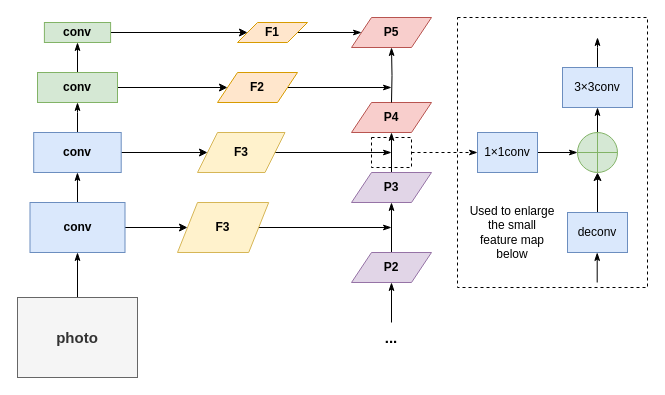
Earlier version of the draw.io diagram page "图4.4 改进的特征金字塔网络" (4 of 6) of 论文/第4章/第四章.drawio (ssl1995/draw). Source tidied: cells renumbered, new cells numbered last; positions are measured from the earlier drawing's top-left corner, leaving out a move shared by most shapes. Both pictures are drawn from the tidied source at 100%, with x=0, y=0 at pixel (17, 17).
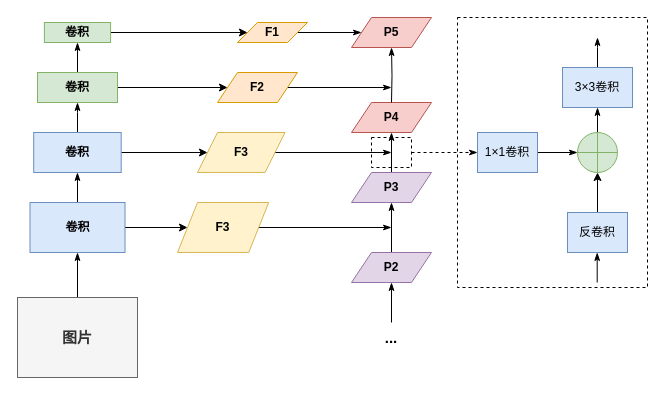
After the change.

The edit, as a diff of the source:
```diff
@@
-    <mxCell id="23" value="1×1conv" style="rounded=0;whiteSpace=wrap;html=1;fillColor=#dae8fc;strokeColor=#6c8ebf;" parent="1" vertex="1">
+    <mxCell id="23" value="1×1卷积" style="rounded=0;whiteSpace=wrap;html=1;fillColor=#dae8fc;strokeColor=#6c8ebf;" parent="1" vertex="1">
       <mxGeometry x="460" y="115" width="60" height="40" as="geometry" />
     </mxCell>
@@
-    <mxCell id="25" value="3×3conv" style="rounded=0;whiteSpace=wrap;html=1;fillColor=#dae8fc;strokeColor=#6c8ebf;" parent="1" vertex="1">
+    <mxCell id="25" value="3×3卷积" style="rounded=0;whiteSpace=wrap;html=1;fillColor=#dae8fc;strokeColor=#6c8ebf;" parent="1" vertex="1">
       <mxGeometry x="545" y="50" width="70" height="40" as="geometry" />
     </mxCell>
@@
-    <mxCell id="29" value="deconv" style="rounded=0;whiteSpace=wrap;html=1;fillColor=#dae8fc;strokeColor=#6c8ebf;" parent="1" vertex="1">
+    <mxCell id="29" value="反卷积" style="rounded=0;whiteSpace=wrap;html=1;fillColor=#dae8fc;strokeColor=#6c8ebf;" parent="1" vertex="1">
       <mxGeometry x="550" y="195" width="60" height="40" as="geometry" />
     </mxCell>
@@
-    <mxCell id="31" value="Used to enlarge the small feature map below" style="text;html=1;align=center;verticalAlign=middle;whiteSpace=wrap;rounded=0;" parent="1" vertex="1">
-      <mxGeometry x="450" y="180" width="90" height="70" as="geometry" />
-    </mxCell>
@@
-    <mxCell id="33" value="photo" style="rounded=0;whiteSpace=wrap;html=1;fontStyle=1;fontSize=15;fillColor=#f5f5f5;strokeColor=#666666;fontColor=#333333;" parent="1" vertex="1">
+    <mxCell id="33" value="图片" style="rounded=0;whiteSpace=wrap;html=1;fontStyle=1;fontSize=15;fillColor=#f5f5f5;strokeColor=#666666;fontColor=#333333;" parent="1" vertex="1">
       <mxGeometry y="280" width="120" height="80" as="geometry" />
     </mxCell>
@@
-    <mxCell id="36" value="conv" style="rounded=0;whiteSpace=wrap;html=1;fontStyle=1;fillColor=#dae8fc;strokeColor=#6c8ebf;" parent="1" vertex="1">
+    <mxCell id="36" value="卷积" style="rounded=0;whiteSpace=wrap;html=1;fontStyle=1;fillColor=#dae8fc;strokeColor=#6c8ebf;" parent="1" vertex="1">
       <mxGeometry x="12.5" y="185" width="95" height="50" as="geometry" />
     </mxCell>
@@
-    <mxCell id="39" value="conv" style="rounded=0;whiteSpace=wrap;html=1;fontStyle=1;fillColor=#dae8fc;strokeColor=#6c8ebf;" parent="1" vertex="1">
+    <mxCell id="39" value="卷积" style="rounded=0;whiteSpace=wrap;html=1;fontStyle=1;fillColor=#dae8fc;strokeColor=#6c8ebf;" parent="1" vertex="1">
       <mxGeometry x="16.2" y="115" width="87.5" height="40" as="geometry" />
     </mxCell>
@@
-    <mxCell id="42" value="conv" style="rounded=0;whiteSpace=wrap;html=1;fontStyle=1;fillColor=#d5e8d4;strokeColor=#82b366;" parent="1" vertex="1">
+    <mxCell id="42" value="卷积" style="rounded=0;whiteSpace=wrap;html=1;fontStyle=1;fillColor=#d5e8d4;strokeColor=#82b366;" parent="1" vertex="1">
       <mxGeometry x="20" y="55" width="80" height="30" as="geometry" />
     </mxCell>
@@
-    <mxCell id="44" value="conv" style="rounded=0;whiteSpace=wrap;html=1;fontStyle=1;fillColor=#d5e8d4;strokeColor=#82b366;" parent="1" vertex="1">
+    <mxCell id="44" value="卷积" style="rounded=0;whiteSpace=wrap;html=1;fontStyle=1;fillColor=#d5e8d4;strokeColor=#82b366;" parent="1" vertex="1">
       <mxGeometry x="26.9" y="5" width="66.2" height="20" as="geometry" />
     </mxCell>
```
